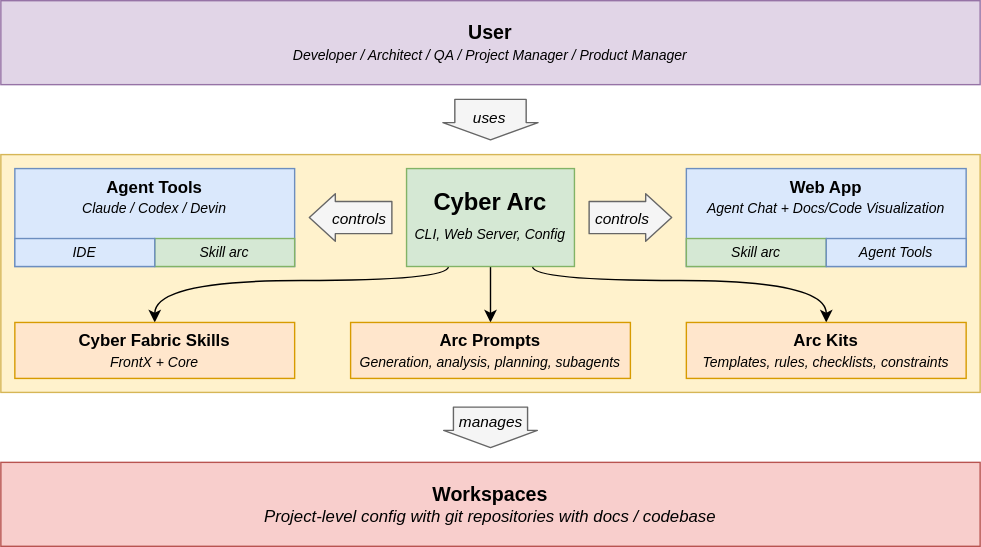
Before: img/OVERVIEW.drawio.svg, a diagram exported from draw.io (cyberfabric/cyber-arc). Source tidied: cells renumbered, new cells last; positions are measured from the earlier drawing's top-left corner, leaving out a move shared by most shapes.
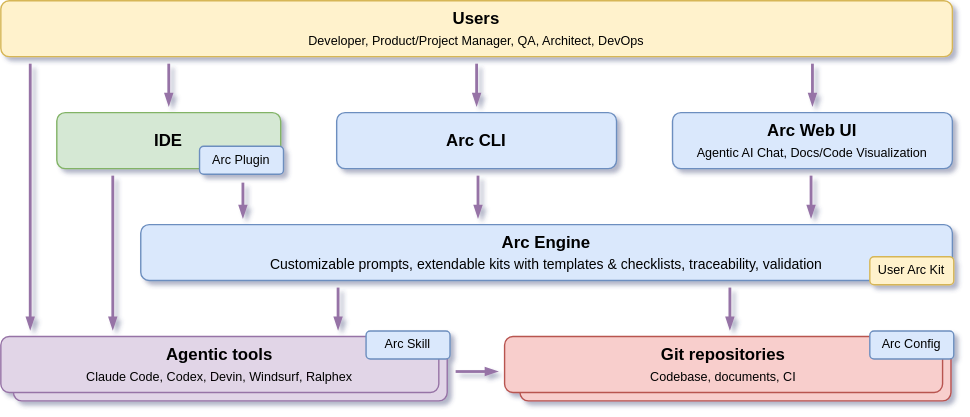
Later version of the same file.

Commit message:
up overview diagram

What changed in the source:
```diff
@@ -1,106 +1,111 @@
-<mxGraphModel>
+<mxGraphModel background="#FFFFFF" shadow="1">
   <root>
     <mxCell id="0" />
     <mxCell id="1" parent="0" />
-    <mxCell id="2" style="rounded=0;whiteSpace=wrap;html=1;fillColor=#fff2cc;strokeColor=#d6b656;fontStyle=1;" parent="1" vertex="1">
-      <mxGeometry y="110" width="700" height="170" as="geometry" />
-    </mxCell>
-    <mxCell id="3" value="&lt;b&gt;&lt;font style=&quot;font-size: 14px;&quot;&gt;User&lt;br&gt;&lt;/font&gt;&lt;/b&gt;&lt;font style=&quot;font-size: 10px;&quot;&gt;&lt;i&gt;Developer / Architect / QA / Project Manager / Product Manager&lt;/i&gt;&lt;/font&gt;" style="rounded=0;whiteSpace=wrap;html=1;fillColor=#e1d5e7;strokeColor=#9673a6;align=center;verticalAlign=middle;" parent="1" vertex="1">
-      <mxGeometry width="700" height="60" as="geometry" />
-    </mxCell>
-    <mxCell id="4" value="&lt;b&gt;Agent Tools&lt;br&gt;&lt;/b&gt;&lt;i&gt;&lt;font style=&quot;font-size: 10px;&quot;&gt;Claude / Codex / Devin&lt;/font&gt;&lt;/i&gt;" style="rounded=0;whiteSpace=wrap;html=1;fillColor=#dae8fc;strokeColor=#6c8ebf;horizontal=1;verticalAlign=top;" parent="1" vertex="1">
-      <mxGeometry x="10" y="120" width="200" height="70" as="geometry" />
-    </mxCell>
-    <mxCell id="5" style="edgeStyle=orthogonalEdgeStyle;html=1;exitX=0.25;exitY=1;exitDx=0;exitDy=0;entryX=0.5;entryY=0;entryDx=0;entryDy=0;curved=1;" parent="1" edge="1" source="8" target="11">
-      <mxGeometry relative="1" as="geometry">
-        <Array as="points">
-          <mxPoint x="320" y="200" />
-          <mxPoint x="110" y="200" />
-        </Array>
-      </mxGeometry>
-    </mxCell>
-    <mxCell id="6" style="edgeStyle=none;html=1;exitX=0.5;exitY=1;exitDx=0;exitDy=0;entryX=0.5;entryY=0;entryDx=0;entryDy=0;" parent="1" edge="1" source="8" target="24">
-      <mxGeometry relative="1" as="geometry" />
-    </mxCell>
-    <mxCell id="7" style="edgeStyle=orthogonalEdgeStyle;html=1;exitX=0.75;exitY=1;exitDx=0;exitDy=0;entryX=0.5;entryY=0;entryDx=0;entryDy=0;curved=1;" parent="1" edge="1" source="8" target="25">
-      <mxGeometry relative="1" as="geometry">
-        <Array as="points">
-          <mxPoint x="380" y="200" />
-          <mxPoint x="590" y="200" />
-        </Array>
-      </mxGeometry>
+    <mxCell id="7" value="IDE" style="rounded=1;whiteSpace=wrap;html=1;fillColor=#d5e8d4;strokeColor=#82b366;verticalAlign=middle;fontStyle=1;" parent="1" vertex="1">
+      <mxGeometry x="70" y="110" width="160" height="40" as="geometry" />
     </mxCell>
-    <mxCell id="8" value="Cyber Arc&lt;div&gt;&lt;span style=&quot;font-size: 10px; font-weight: 400;&quot;&gt;&lt;i&gt;CLI, Web Server, Config&lt;/i&gt;&lt;/span&gt;&lt;/div&gt;" style="rounded=0;whiteSpace=wrap;html=1;fillColor=#d5e8d4;strokeColor=#82b366;verticalAlign=middle;fontStyle=1;fontSize=17;" parent="1" vertex="1">
-      <mxGeometry x="290" y="120" width="120" height="70" as="geometry" />
-    </mxCell>
-    <mxCell id="9" value="&lt;b&gt;Web App&lt;/b&gt;&lt;div&gt;&lt;font style=&quot;font-size: 10px;&quot;&gt;&lt;i&gt;Agent Chat + Docs/Code Visualization&lt;/i&gt;&lt;/font&gt;&lt;/div&gt;" style="rounded=0;whiteSpace=wrap;html=1;fillColor=#dae8fc;strokeColor=#6c8ebf;verticalAlign=top;" parent="1" vertex="1">
-      <mxGeometry x="490" y="120" width="200" height="70" as="geometry" />
-    </mxCell>
-    <mxCell id="10" value="&lt;div&gt;&lt;span style=&quot;font-size: 14px;&quot;&gt;&lt;b&gt;Workspaces&lt;/b&gt;&lt;/span&gt;&lt;/div&gt;&lt;div&gt;&lt;i&gt;Project-level config with git repositories with docs / codebase&lt;/i&gt;&lt;/div&gt;" style="rounded=0;whiteSpace=wrap;html=1;fillColor=#f8cecc;strokeColor=#b85450;" parent="1" vertex="1">
-      <mxGeometry y="330" width="700" height="60" as="geometry" />
-    </mxCell>
-    <mxCell id="11" value="&lt;b&gt;Cyber Fabric Skills&lt;/b&gt;&lt;br&gt;&lt;i&gt;&lt;font style=&quot;font-size: 10px;&quot;&gt;FrontX + Core&lt;/font&gt;&lt;/i&gt;" style="rounded=0;whiteSpace=wrap;html=1;fillColor=#ffe6cc;strokeColor=#d79b00;" parent="1" vertex="1">
-      <mxGeometry x="10" y="230" width="200" height="40" as="geometry" />
-    </mxCell>
-    <mxCell id="12" value="Skill&amp;nbsp;arc" style="rounded=0;whiteSpace=wrap;html=1;fillColor=#d5e8d4;strokeColor=#82b366;fontSize=10;fontStyle=2;" parent="1" vertex="1">
-      <mxGeometry x="110" y="170" width="100" height="20" as="geometry" />
-    </mxCell>
-    <mxCell id="13" value="IDE" style="rounded=0;whiteSpace=wrap;html=1;fillColor=#dae8fc;strokeColor=#6c8ebf;fontSize=10;fontStyle=2;" parent="1" vertex="1">
-      <mxGeometry x="10" y="170" width="100" height="20" as="geometry" />
-    </mxCell>
-    <mxCell id="14" style="shape=flexArrow;endArrow=classic;html=1;labelBackgroundColor=default;fillColor=#f5f5f5;strokeColor=#666666;width=23;endSize=5.86;endWidth=10;" parent="1" edge="1">
-      <mxGeometry relative="1" as="geometry">
-        <mxPoint x="280" y="155" as="sourcePoint" />
-        <mxPoint x="220" y="155" as="targetPoint" />
-      </mxGeometry>
-    </mxCell>
-    <mxCell id="15" value="&lt;span&gt;controls&lt;/span&gt;" style="edgeLabel;html=1;align=center;verticalAlign=middle;labelBackgroundColor=none;fontStyle=2;" parent="14" vertex="1">
-      <mxGeometry x="-0.03" relative="1" as="geometry">
-        <mxPoint x="4" as="offset" />
-      </mxGeometry>
-    </mxCell>
-    <mxCell id="16" style="shape=flexArrow;endArrow=classic;html=1;labelBackgroundColor=default;width=51;endSize=3.79;endWidth=16;fillColor=#f5f5f5;strokeColor=#666666;" parent="1" edge="1">
-      <mxGeometry relative="1" as="geometry">
-        <mxPoint x="350" y="70" as="sourcePoint" />
-        <mxPoint x="350" y="100" as="targetPoint" />
-      </mxGeometry>
-    </mxCell>
-    <mxCell id="17" value="uses" style="edgeLabel;html=1;align=center;verticalAlign=middle;labelBackgroundColor=none;fontStyle=2;" parent="16" vertex="1">
-      <mxGeometry x="-0.13" y="-2" relative="1" as="geometry" />
-    </mxCell>
-    <mxCell id="18" style="shape=flexArrow;endArrow=classic;html=1;labelBackgroundColor=default;fillColor=#f5f5f5;strokeColor=#666666;width=23;endSize=5.86;endWidth=10;" parent="1" edge="1">
-      <mxGeometry relative="1" as="geometry">
-        <mxPoint x="420" y="155" as="sourcePoint" />
-        <mxPoint x="480" y="155" as="targetPoint" />
-      </mxGeometry>
-    </mxCell>
-    <mxCell id="19" value="&lt;i&gt;controls&lt;/i&gt;" style="edgeLabel;html=1;align=center;verticalAlign=middle;labelBackgroundColor=none;" parent="18" vertex="1">
-      <mxGeometry x="-0.01" y="2" relative="1" as="geometry">
-        <mxPoint x="-7" y="2" as="offset" />
-      </mxGeometry>
-    </mxCell>
-    <mxCell id="20" style="shape=flexArrow;endArrow=classic;html=1;labelBackgroundColor=default;width=53;endSize=3.79;endWidth=13;fillColor=#f5f5f5;strokeColor=#666666;" parent="1" edge="1">
-      <mxGeometry relative="1" as="geometry">
-        <mxPoint x="350" y="290" as="sourcePoint" />
-        <mxPoint x="350" y="320" as="targetPoint" />
-      </mxGeometry>
-    </mxCell>
-    <mxCell id="21" value="manages" style="edgeLabel;html=1;align=center;verticalAlign=middle;labelBackgroundColor=none;fontStyle=2;" parent="20" vertex="1">
-      <mxGeometry x="-0.13" y="-2" relative="1" as="geometry">
-        <mxPoint x="1" y="-3" as="offset" />
-      </mxGeometry>
-    </mxCell>
-    <mxCell id="22" value="Skill&amp;nbsp;arc" style="rounded=0;whiteSpace=wrap;html=1;fillColor=#d5e8d4;strokeColor=#82b366;fontSize=10;fontStyle=2;" parent="1" vertex="1">
-      <mxGeometry x="490" y="170" width="100" height="20" as="geometry" />
-    </mxCell>
-    <mxCell id="23" value="Agent Tools" style="rounded=0;whiteSpace=wrap;html=1;fillColor=#dae8fc;strokeColor=#6c8ebf;fontSize=10;fontStyle=2;" parent="1" vertex="1">
-      <mxGeometry x="590" y="170" width="100" height="20" as="geometry" />
-    </mxCell>
-    <mxCell id="24" value="&lt;div&gt;&lt;font style=&quot;&quot;&gt;&lt;b&gt;Arc Prompts&lt;/b&gt;&lt;/font&gt;&lt;/div&gt;&lt;div&gt;&lt;font style=&quot;font-style: italic; font-size: 10px;&quot;&gt;Generation, analysis, planning, subagents&lt;/font&gt;&lt;/div&gt;" style="rounded=0;whiteSpace=wrap;html=1;fillColor=#ffe6cc;strokeColor=#d79b00;" parent="1" vertex="1">
-      <mxGeometry x="250" y="230" width="200" height="40" as="geometry" />
-    </mxCell>
-    <mxCell id="25" value="&lt;font style=&quot;&quot;&gt;&lt;b&gt;Arc Kits&lt;/b&gt;&lt;/font&gt;&lt;div&gt;&lt;font style=&quot;font-style: italic; font-size: 10px;&quot;&gt;Templates, rules, checklists, constraints&lt;/font&gt;&lt;/div&gt;" style="rounded=0;whiteSpace=wrap;html=1;fillColor=#ffe6cc;strokeColor=#d79b00;" parent="1" vertex="1">
-      <mxGeometry x="490" y="230" width="200" height="40" as="geometry" />
-    </mxCell>
+    <mxCell id="26" value="Users&lt;div&gt;&lt;span style=&quot;font-weight: normal;&quot;&gt;&lt;font style=&quot;font-size: 9px;&quot;&gt;Developer, Product/Project Manager, QA, Architect, DevOps&lt;/font&gt;&lt;/span&gt;&lt;/div&gt;" style="rounded=1;whiteSpace=wrap;html=1;fillColor=#fff2cc;strokeColor=#d6b656;fontStyle=1;" parent="1" vertex="1">
+      <mxGeometry x="30" y="30" width="680" height="40" as="geometry" />
+    </mxCell>
+    <mxCell id="27" value="Arc CLI" style="rounded=1;whiteSpace=wrap;html=1;fillColor=#dae8fc;strokeColor=#6c8ebf;fontStyle=1;" parent="1" vertex="1">
+      <mxGeometry x="270" y="110" width="200" height="40" as="geometry" />
+    </mxCell>
+    <mxCell id="28" value="Arc Web UI&lt;div&gt;&lt;span style=&quot;font-weight: normal;&quot;&gt;&lt;font style=&quot;font-size: 9px;&quot;&gt;Agentic AI Chat, Docs/Code Visualization&lt;/font&gt;&lt;/span&gt;&lt;/div&gt;" style="rounded=1;whiteSpace=wrap;html=1;fillColor=#dae8fc;strokeColor=#6c8ebf;fontStyle=1;" parent="1" vertex="1">
+      <mxGeometry x="510" y="110" width="200" height="40" as="geometry" />
+    </mxCell>
+    <mxCell id="29" value="Arc Engine&lt;div&gt;&lt;font size=&quot;1&quot;&gt;&lt;span style=&quot;font-weight: normal;&quot;&gt;Customizable prompts, extendable kits with templates &amp;amp; checklists, traceability, validation&lt;/span&gt;&lt;/font&gt;&lt;/div&gt;" style="rounded=1;whiteSpace=wrap;html=1;fillColor=#dae8fc;strokeColor=#6c8ebf;fontStyle=1;" parent="1" vertex="1">
+      <mxGeometry x="130" y="190" width="580" height="40" as="geometry" />
+    </mxCell>
+    <mxCell id="30" value="Agentic tools" style="rounded=1;whiteSpace=wrap;html=1;fillColor=#e1d5e7;strokeColor=#9673a6;" parent="1" vertex="1">
+      <mxGeometry x="39" y="276" width="310" height="40" as="geometry" />
+    </mxCell>
+    <mxCell id="31" value="Git repositories" style="rounded=1;whiteSpace=wrap;html=1;fillColor=#f8cecc;strokeColor=#b85450;" parent="1" vertex="1">
+      <mxGeometry x="401" y="276" width="308" height="40" as="geometry" />
+    </mxCell>
+    <mxCell id="32" value="Git repositories&lt;div&gt;&lt;span style=&quot;font-weight: normal;&quot;&gt;&lt;font style=&quot;font-size: 9px;&quot;&gt;Codebase, documents, CI&lt;/font&gt;&lt;/span&gt;&lt;/div&gt;" style="rounded=1;whiteSpace=wrap;html=1;fillColor=#f8cecc;strokeColor=#b85450;fontStyle=1;" parent="1" vertex="1">
+      <mxGeometry x="390" y="270" width="313" height="40" as="geometry" />
+    </mxCell>
+    <mxCell id="33" value="Agentic tools&lt;div&gt;&lt;font style=&quot;font-size: 9px;&quot;&gt;&lt;span style=&quot;font-weight: normal;&quot;&gt;Claude Code, Codex, Devin, Windsurf, Ralphex&lt;/span&gt;&lt;/font&gt;&lt;/div&gt;" style="rounded=1;whiteSpace=wrap;html=1;fillColor=#e1d5e7;strokeColor=#9673a6;fontStyle=1;" parent="1" vertex="1">
+      <mxGeometry x="30" y="270" width="313" height="40" as="geometry" />
+    </mxCell>
+    <mxCell id="34" value="Arc Plugin" style="rounded=1;whiteSpace=wrap;html=1;fillColor=#dae8fc;strokeColor=#6c8ebf;fontSize=9;" parent="1" vertex="1">
+      <mxGeometry x="172" y="134" width="60" height="20" as="geometry" />
+    </mxCell>
+    <mxCell id="35" style="endArrow=blockThin;html=1;endFill=1;targetPerimeterSpacing=6;sourcePerimeterSpacing=6;endSize=4;jumpStyle=none;fillColor=#e1d5e7;strokeColor=#9673a6;strokeWidth=2;rounded=1;" parent="1" edge="1">
+      <mxGeometry relative="1" as="geometry">
+        <mxPoint x="110" y="155" as="sourcePoint" />
+        <mxPoint x="110" y="265" as="targetPoint" />
+      </mxGeometry>
+    </mxCell>
+    <mxCell id="36" style="endArrow=blockThin;html=1;endFill=1;targetPerimeterSpacing=6;sourcePerimeterSpacing=6;endSize=4;jumpStyle=none;fillColor=#e1d5e7;strokeColor=#9673a6;strokeWidth=2;rounded=1;" parent="1" edge="1">
+      <mxGeometry relative="1" as="geometry">
+        <mxPoint x="203" y="160" as="sourcePoint" />
+        <mxPoint x="203" y="185" as="targetPoint" />
+      </mxGeometry>
+    </mxCell>
+    <mxCell id="37" style="endArrow=blockThin;html=1;endFill=1;targetPerimeterSpacing=6;sourcePerimeterSpacing=6;endSize=4;jumpStyle=none;fillColor=#e1d5e7;strokeColor=#9673a6;strokeWidth=2;rounded=1;" parent="1" edge="1">
+      <mxGeometry relative="1" as="geometry">
+        <mxPoint x="371" y="155" as="sourcePoint" />
+        <mxPoint x="371" y="185" as="targetPoint" />
+      </mxGeometry>
+    </mxCell>
+    <mxCell id="38" style="endArrow=blockThin;html=1;endFill=1;targetPerimeterSpacing=6;sourcePerimeterSpacing=6;endSize=4;jumpStyle=none;fillColor=#e1d5e7;strokeColor=#9673a6;strokeWidth=2;rounded=1;" parent="1" edge="1">
+      <mxGeometry relative="1" as="geometry">
+        <mxPoint x="609" y="155" as="sourcePoint" />
+        <mxPoint x="609" y="185" as="targetPoint" />
+      </mxGeometry>
+    </mxCell>
+    <mxCell id="39" style="endArrow=blockThin;html=1;endFill=1;targetPerimeterSpacing=6;sourcePerimeterSpacing=6;endSize=4;jumpStyle=none;fillColor=#e1d5e7;strokeColor=#9673a6;strokeWidth=2;rounded=1;" parent="1" edge="1">
+      <mxGeometry relative="1" as="geometry">
+        <mxPoint x="610" y="75" as="sourcePoint" />
+        <mxPoint x="610" y="105" as="targetPoint" />
+      </mxGeometry>
+    </mxCell>
+    <mxCell id="40" style="endArrow=blockThin;html=1;endFill=1;targetPerimeterSpacing=6;sourcePerimeterSpacing=6;endSize=4;jumpStyle=none;fillColor=#e1d5e7;strokeColor=#9673a6;strokeWidth=2;rounded=1;" parent="1" edge="1">
+      <mxGeometry relative="1" as="geometry">
+        <mxPoint x="370" y="75" as="sourcePoint" />
+        <mxPoint x="370" y="105" as="targetPoint" />
+      </mxGeometry>
+    </mxCell>
+    <mxCell id="41" style="endArrow=blockThin;html=1;endFill=1;targetPerimeterSpacing=6;sourcePerimeterSpacing=6;endSize=4;jumpStyle=none;fillColor=#e1d5e7;strokeColor=#9673a6;strokeWidth=2;rounded=1;" parent="1" edge="1">
+      <mxGeometry relative="1" as="geometry">
+        <mxPoint x="150" y="75" as="sourcePoint" />
+        <mxPoint x="150" y="105" as="targetPoint" />
+      </mxGeometry>
+    </mxCell>
+    <mxCell id="42" style="endArrow=blockThin;html=1;endFill=1;targetPerimeterSpacing=6;sourcePerimeterSpacing=6;endSize=4;jumpStyle=none;fillColor=#e1d5e7;strokeColor=#9673a6;strokeWidth=2;rounded=1;" parent="1" edge="1">
+      <mxGeometry relative="1" as="geometry">
+        <mxPoint x="271" y="235" as="sourcePoint" />
+        <mxPoint x="271" y="265" as="targetPoint" />
+      </mxGeometry>
+    </mxCell>
+    <mxCell id="43" style="endArrow=blockThin;html=1;endFill=1;targetPerimeterSpacing=6;sourcePerimeterSpacing=6;endSize=4;jumpStyle=none;fillColor=#e1d5e7;strokeColor=#9673a6;strokeWidth=2;rounded=1;" parent="1" edge="1">
+      <mxGeometry relative="1" as="geometry">
+        <mxPoint x="551" y="235" as="sourcePoint" />
+        <mxPoint x="551" y="265" as="targetPoint" />
+      </mxGeometry>
+    </mxCell>
+    <mxCell id="44" style="endArrow=blockThin;html=1;endFill=1;targetPerimeterSpacing=6;sourcePerimeterSpacing=6;endSize=4;jumpStyle=none;fillColor=#e1d5e7;strokeColor=#9673a6;strokeWidth=2;rounded=1;" parent="1" edge="1">
+      <mxGeometry relative="1" as="geometry">
+        <mxPoint x="355" y="295" as="sourcePoint" />
+        <mxPoint x="385" y="295" as="targetPoint" />
+      </mxGeometry>
+    </mxCell>
+    <mxCell id="45" value="Arc Skill" style="rounded=1;whiteSpace=wrap;html=1;fillColor=#dae8fc;strokeColor=#6c8ebf;fontSize=9;" parent="1" vertex="1">
+      <mxGeometry x="291" y="266" width="60" height="20" as="geometry" />
+    </mxCell>
+    <mxCell id="46" style="endArrow=blockThin;html=1;endFill=1;targetPerimeterSpacing=6;sourcePerimeterSpacing=6;endSize=4;jumpStyle=none;fillColor=#e1d5e7;strokeColor=#9673a6;strokeWidth=2;rounded=1;" parent="1" edge="1">
+      <mxGeometry relative="1" as="geometry">
+        <mxPoint x="51" y="75" as="sourcePoint" />
+        <mxPoint x="51" y="265" as="targetPoint" />
+      </mxGeometry>
+    </mxCell>
+    <mxCell id="47" value="Arc Config" style="rounded=1;whiteSpace=wrap;html=1;fillColor=#dae8fc;strokeColor=#6c8ebf;fontSize=9;" parent="1" vertex="1">
+      <mxGeometry x="651" y="266" width="60" height="20" as="geometry" />
+    </mxCell>
+    <mxCell id="48" value="User Arc Kit" style="rounded=1;whiteSpace=wrap;html=1;fillColor=#fff2cc;strokeColor=#d6b656;fontSize=9;" parent="1" vertex="1">
+      <mxGeometry x="651" y="213" width="60" height="20" as="geometry" />
+    </mxCell>
   </root>
 </mxGraphModel>
```
